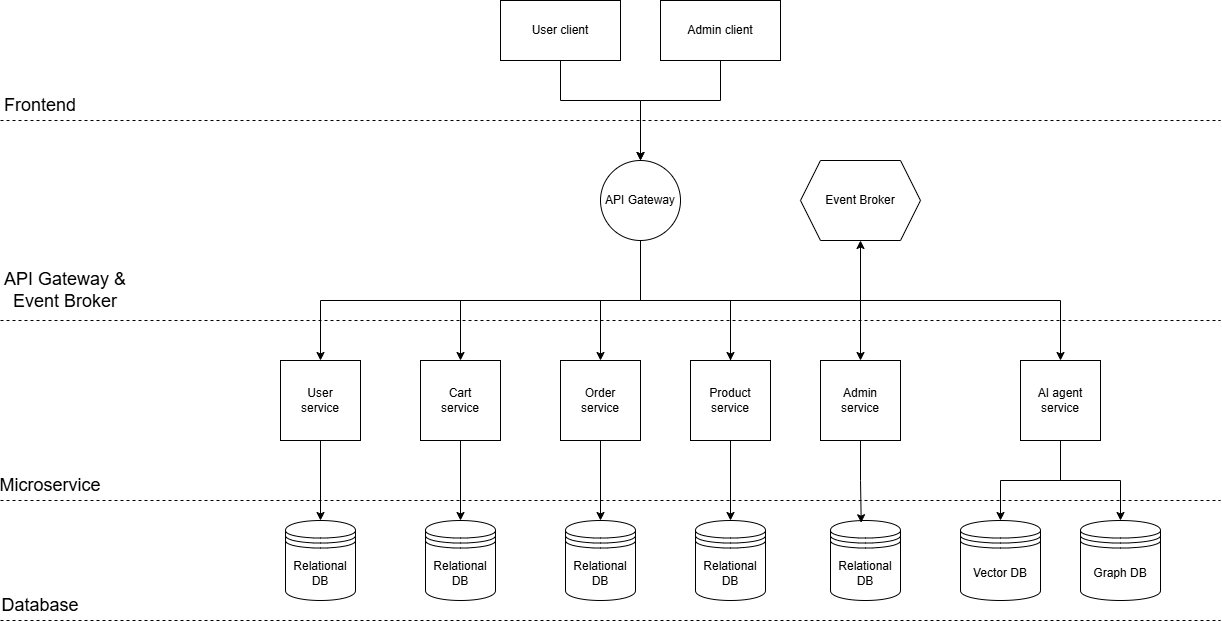
quechivvt/ecommerce-ai-agent-report keeps this draw.io diagram as images/chap6/Architecture diagram.drawio.png. Above is the earlier version. Source tidied: cells renumbered, new cells last; positions are measured from the earlier drawing's top-left corner, leaving out a move shared by most shapes.
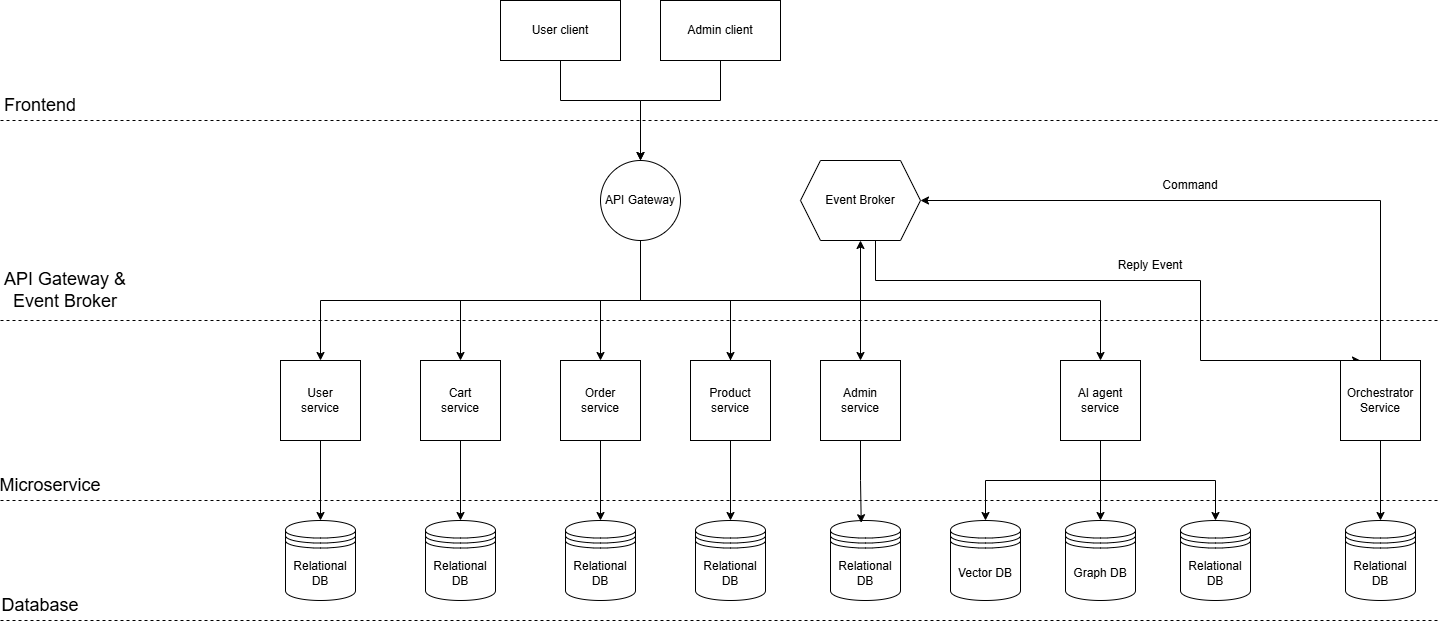
The same file after the commit.

The edit, as a diff of the source:
```diff
@@ -24,10 +24,10 @@
       <mxGeometry relative="1" as="geometry" />
     </mxCell>
     <mxCell id="9" value="Vector DB" style="shape=datastore;whiteSpace=wrap;html=1;" parent="1" vertex="1">
-      <mxGeometry x="960" y="520" width="80" height="80" as="geometry" />
+      <mxGeometry x="950" y="520" width="70" height="80" as="geometry" />
     </mxCell>
     <mxCell id="10" value="Graph DB" style="shape=datastore;whiteSpace=wrap;html=1;" parent="1" vertex="1">
-      <mxGeometry x="1080" y="520" width="80" height="80" as="geometry" />
+      <mxGeometry x="1065" y="520" width="70" height="80" as="geometry" />
     </mxCell>
     <mxCell id="11" style="edgeStyle=orthogonalEdgeStyle;rounded=0;jettySize=auto;html=1;exitX=0.5;exitY=1;exitDx=0;exitDy=0;entryX=0.5;entryY=0;entryDx=0;entryDy=0;" parent="1" edge="1" source="23" target="9">
       <mxGeometry relative="1" as="geometry" />
@@ -70,8 +70,11 @@
     <mxCell id="22" value="Order&lt;div&gt;service&lt;/div&gt;" style="whiteSpace=wrap;html=1;" parent="1" vertex="1">
       <mxGeometry x="560" y="360" width="80" height="80" as="geometry" />
     </mxCell>
+    <mxCell id="43" style="edgeStyle=orthogonalEdgeStyle;rounded=0;jettySize=auto;html=1;exitX=0.5;exitY=1;exitDx=0;exitDy=0;entryX=0.5;entryY=0;entryDx=0;entryDy=0;" parent="1" edge="1" source="23" target="52">
+      <mxGeometry relative="1" as="geometry" />
+    </mxCell>
     <mxCell id="23" value="AI agent&lt;div&gt;service&lt;/div&gt;" style="whiteSpace=wrap;html=1;" parent="1" vertex="1">
-      <mxGeometry x="1020" y="360" width="80" height="80" as="geometry" />
+      <mxGeometry x="1060" y="360" width="80" height="80" as="geometry" />
     </mxCell>
     <mxCell id="24" value="Admin&lt;br&gt;service" style="whiteSpace=wrap;html=1;" parent="1" vertex="1">
       <mxGeometry x="820" y="360" width="80" height="80" as="geometry" />
@@ -99,25 +102,33 @@
         </Array>
       </mxGeometry>
     </mxCell>
+    <mxCell id="44" style="edgeStyle=orthogonalEdgeStyle;rounded=0;jettySize=auto;html=1;exitX=0.625;exitY=1;exitDx=0;exitDy=0;entryX=0.25;entryY=0;entryDx=0;entryDy=0;" parent="1" edge="1" source="29" target="47">
+      <mxGeometry relative="1" as="geometry">
+        <Array as="points">
+          <mxPoint x="875" y="280" />
+          <mxPoint x="1200" y="280" />
+        </Array>
+      </mxGeometry>
+    </mxCell>
     <mxCell id="29" value="Event Broker" style="shape=hexagon;perimeter=hexagonPerimeter2;whiteSpace=wrap;html=1;fixedSize=1;" parent="1" vertex="1">
       <mxGeometry x="800" y="160" width="120" height="80" as="geometry" />
     </mxCell>
     <mxCell id="30" style="endArrow=none;dashed=1;html=1;rounded=0;" parent="1" edge="1">
       <mxGeometry relative="1" as="geometry">
         <mxPoint y="120" as="sourcePoint" />
-        <mxPoint x="1220" y="120" as="targetPoint" />
+        <mxPoint x="1440" y="120" as="targetPoint" />
       </mxGeometry>
     </mxCell>
     <mxCell id="31" style="endArrow=none;dashed=1;html=1;rounded=0;" parent="1" edge="1">
       <mxGeometry relative="1" as="geometry">
         <mxPoint y="500" as="sourcePoint" />
-        <mxPoint x="1220" y="500" as="targetPoint" />
+        <mxPoint x="1440" y="500" as="targetPoint" />
       </mxGeometry>
     </mxCell>
     <mxCell id="32" style="endArrow=none;dashed=1;html=1;rounded=0;" parent="1" edge="1">
       <mxGeometry relative="1" as="geometry">
         <mxPoint y="320" as="sourcePoint" />
-        <mxPoint x="1220" y="320" as="targetPoint" />
+        <mxPoint x="1440" y="320" as="targetPoint" />
       </mxGeometry>
     </mxCell>
     <mxCell id="33" value="&lt;font style=&quot;font-size: 18px;&quot;&gt;Frontend&lt;/font&gt;" style="text;html=1;whiteSpace=wrap;strokeColor=none;fillColor=none;align=center;verticalAlign=middle;rounded=0;" parent="1" vertex="1">
@@ -132,7 +143,7 @@
     <mxCell id="36" style="endArrow=none;dashed=1;html=1;rounded=0;" parent="1" edge="1">
       <mxGeometry relative="1" as="geometry">
         <mxPoint y="620" as="sourcePoint" />
-        <mxPoint x="1220" y="620" as="targetPoint" />
+        <mxPoint x="1440" y="620" as="targetPoint" />
       </mxGeometry>
     </mxCell>
     <mxCell id="37" value="&lt;font style=&quot;font-size: 18px;&quot;&gt;Database&lt;/font&gt;" style="text;html=1;whiteSpace=wrap;strokeColor=none;fillColor=none;align=center;verticalAlign=middle;rounded=0;" parent="1" vertex="1">
@@ -153,5 +164,29 @@
     <mxCell id="42" style="edgeStyle=orthogonalEdgeStyle;rounded=0;jettySize=auto;html=1;exitX=0.5;exitY=1;exitDx=0;exitDy=0;entryX=0.439;entryY=0.028;entryDx=0;entryDy=0;entryPerimeter=0;" parent="1" edge="1" source="24" target="38">
       <mxGeometry relative="1" as="geometry" />
     </mxCell>
+    <mxCell id="45" style="edgeStyle=orthogonalEdgeStyle;rounded=0;jettySize=auto;html=1;exitX=0.5;exitY=1;exitDx=0;exitDy=0;entryX=0.5;entryY=0;entryDx=0;entryDy=0;" parent="1" edge="1" source="47" target="49">
+      <mxGeometry relative="1" as="geometry" />
+    </mxCell>
+    <mxCell id="46" style="edgeStyle=orthogonalEdgeStyle;rounded=0;jettySize=auto;html=1;exitX=0.5;exitY=0;exitDx=0;exitDy=0;entryX=1;entryY=0.5;entryDx=0;entryDy=0;" parent="1" edge="1" source="47" target="29">
+      <mxGeometry relative="1" as="geometry" />
+    </mxCell>
+    <mxCell id="47" value="&lt;span style=&quot;color: rgba(0, 0, 0, 0); font-family: monospace; font-size: 0px; text-align: start; text-wrap-mode: nowrap;&quot;&gt;%3CmxGraphModel%3E%3Croot%3E%3CmxCell%20id%3D%220%22%2F%3E%3CmxCell%20id%3D%221%22%20parent%3D%220%22%2F%3E%3CmxCell%20id%3D%222%22%20parent%3D%221%22%20style%3D%22whiteSpace%3Dwrap%3Bhtml%3D1%3Baspect%3Dfixed%3Bcontainer%3D0%3B%22%20value%3D%22User%26lt%3Bdiv%26gt%3Bservice%26lt%3B%2Fdiv%26gt%3B%22%20vertex%3D%221%22%3E%3CmxGeometry%20height%3D%2280%22%20width%3D%2280%22%20x%3D%22-40%22%20y%3D%22520%22%20as%3D%22geometry%22%2F%3E%3C%2FmxCell%3E%3C%2Froot%3E%3C%2FmxGraphModel%3E&lt;/span&gt;&lt;span style=&quot;color: rgba(0, 0, 0, 0); font-family: monospace; font-size: 0px; text-align: start; text-wrap-mode: nowrap;&quot;&gt;3CmxGraphModel%3E%3Croot%3E%3CmxCell%20id%3D%220%22%2F%3E%3CmxCell%20id%3D%221%22%20parent%3D%220%22%2F%3E%3CmxCell%20id%3D%222%22%20parent%3D%221%22%20style%3D%22whiteSpace%3Dwrap%3Bhtml%3D1%3Baspect%3Dfixed%3Bcontainer%3D0%3B%22%20value%3D%22User%26lt%3Bdiv%26gt%3Bservice%26lt%3B%2Fdiv%26gt%3B%22%20vertex%3D%221%22%3E%3CmxGeometry%20height%3D%2280%22%20width%3D%2280%22%20x%3D%22-40%22%20y%3D%22520%22%20as%3D%22geometry%22%2F%3E%3C%2FmxCell%3E%3C%2Froot%3E%3C%2FmxGraphModel%3E&lt;/span&gt;" style="whiteSpace=wrap;html=1;" parent="1" vertex="1">
+      <mxGeometry x="1340" y="360" width="80" height="80" as="geometry" />
+    </mxCell>
+    <mxCell id="48" value="Orchestrator Service" style="text;html=1;whiteSpace=wrap;strokeColor=none;fillColor=none;align=center;verticalAlign=middle;rounded=0;" parent="1" vertex="1">
+      <mxGeometry x="1350" y="385" width="60" height="30" as="geometry" />
+    </mxCell>
+    <mxCell id="49" value="Relational DB" style="shape=datastore;whiteSpace=wrap;html=1;" parent="1" vertex="1">
+      <mxGeometry x="1345" y="520" width="70" height="80" as="geometry" />
+    </mxCell>
+    <mxCell id="50" value="Command" style="text;html=1;whiteSpace=wrap;strokeColor=none;fillColor=none;align=center;verticalAlign=middle;rounded=0;" parent="1" vertex="1">
+      <mxGeometry x="1160" y="170" width="60" height="30" as="geometry" />
+    </mxCell>
+    <mxCell id="51" value="Reply Event" style="text;html=1;whiteSpace=wrap;strokeColor=none;fillColor=none;align=center;verticalAlign=middle;rounded=0;" parent="1" vertex="1">
+      <mxGeometry x="1110" y="250" width="80" height="30" as="geometry" />
+    </mxCell>
+    <mxCell id="52" value="Relational DB" style="shape=datastore;whiteSpace=wrap;html=1;" parent="1" vertex="1">
+      <mxGeometry x="1180" y="520" width="70" height="80" as="geometry" />
+    </mxCell>
   </root>
 </mxGraphModel>
```
